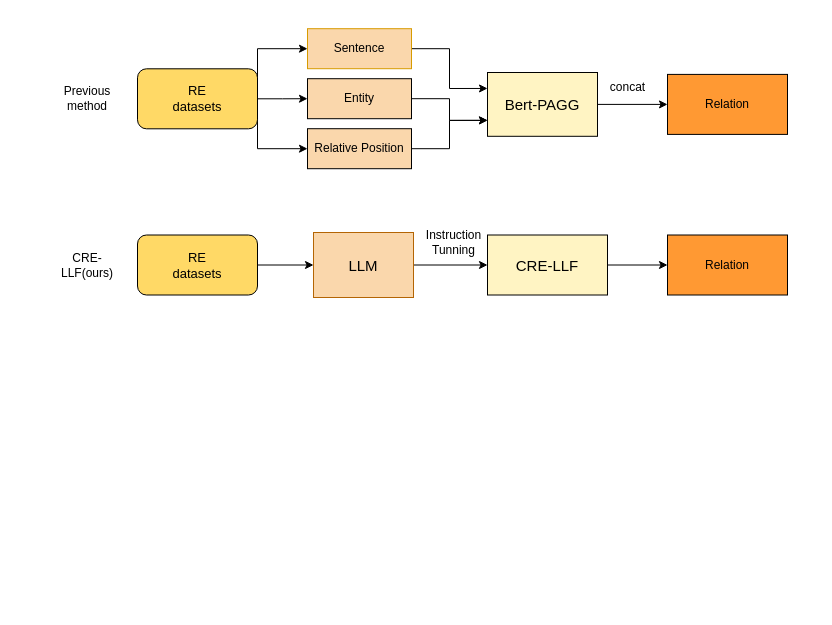
Above: Figure1.drawio in SkyuForever/CRE-LLM (draw.io), before the change. Source tidied: cells renumbered, new cells numbered last; positions are measured from the earlier drawing's top-left corner, leaving out a move shared by most shapes. Both pictures are drawn from the tidied source at 100%, with x=0, y=0 at pixel (27, 17).
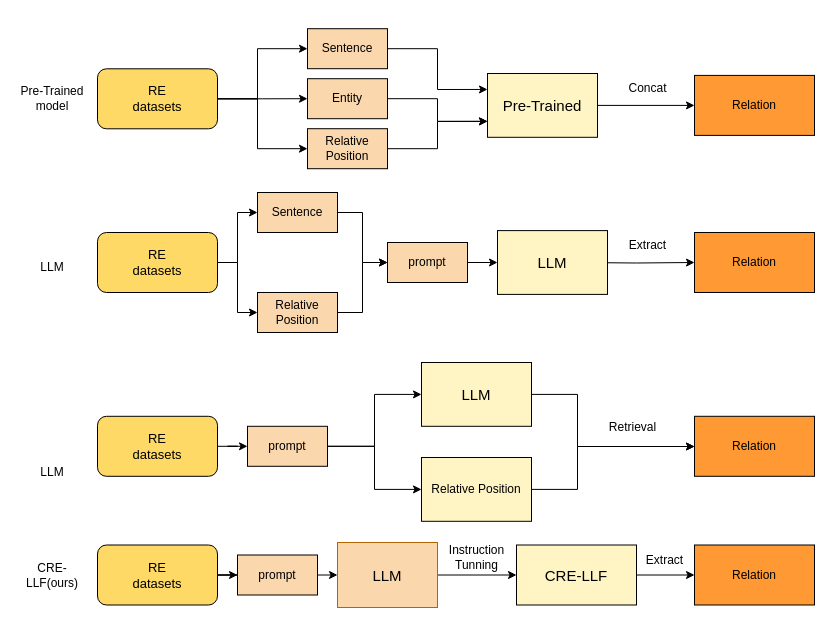
The same diagram, later.

What changed in the source:
```diff
@@
-    <mxCell id="2" style="edgeStyle=orthogonalEdgeStyle;rounded=0;jettySize=auto;html=1;entryX=0;entryY=0.5;entryDx=0;entryDy=0;" parent="1" edge="1" source="3" target="5">
-      <mxGeometry relative="1" as="geometry" />
-    </mxCell>
+    <mxCell id="27" style="edgeStyle=orthogonalEdgeStyle;rounded=0;jettySize=auto;html=1;exitX=1;exitY=0.5;exitDx=0;exitDy=0;" parent="1" edge="1" source="3" target="41">
+      <mxGeometry relative="1" as="geometry" />
+    </mxCell>
     <mxCell id="3" value="&lt;font style=&quot;font-size: 13px;&quot;&gt;RE&lt;br&gt;datasets&lt;/font&gt;" style="rounded=1;whiteSpace=wrap;html=1;fillColor=#FFD966;gradientColor=none;" parent="1" vertex="1">
-      <mxGeometry x="110" y="217.5" width="120" height="60" as="geometry" />
+      <mxGeometry x="70" y="527.5" width="120" height="60" as="geometry" />
     </mxCell>
-    <mxCell id="4" style="edgeStyle=orthogonalEdgeStyle;rounded=0;jettySize=auto;html=1;" parent="1" edge="1" source="5" target="9">
-      <mxGeometry relative="1" as="geometry" />
-    </mxCell>
-    <mxCell id="5" value="&lt;font style=&quot;font-size: 15px;&quot;&gt;LLM&lt;/font&gt;" style="rounded=0;whiteSpace=wrap;html=1;fillColor=#fad7ac;strokeColor=#b46504;" parent="1" vertex="1">
-      <mxGeometry x="286" y="215" width="100" height="65" as="geometry" />
-    </mxCell>
     <mxCell id="6" value="&lt;font style=&quot;font-size: 12px;&quot;&gt;Instruction &lt;br&gt;Tunning&lt;/font&gt;" style="text;html=1;align=center;verticalAlign=middle;strokeColor=none;fillColor=none;" parent="1" vertex="1">
-      <mxGeometry x="386" y="205" width="80" height="40" as="geometry" />
+      <mxGeometry x="409" y="520" width="80" height="40" as="geometry" />
     </mxCell>
-    <mxCell id="7" style="rounded=0;whiteSpace=wrap;html=1;opacity=0;" parent="1" vertex="1">
-      <mxGeometry width="770" height="295" as="geometry" />
-    </mxCell>
@@
     <mxCell id="9" value="&lt;font style=&quot;font-size: 15px;&quot;&gt;CRE-LLF&lt;/font&gt;" style="rounded=0;whiteSpace=wrap;html=1;fillColor=#FFF4C3;" parent="1" vertex="1">
-      <mxGeometry x="460" y="217.5" width="120" height="60" as="geometry" />
+      <mxGeometry x="489" y="527.5" width="120" height="60" as="geometry" />
     </mxCell>
     <mxCell id="10" value="CRE-LLF(ours)" style="text;html=1;strokeColor=none;fillColor=none;align=center;verticalAlign=middle;whiteSpace=wrap;rounded=0;" parent="1" vertex="1">
-      <mxGeometry x="30" y="232.5" width="60" height="30" as="geometry" />
+      <mxGeometry x="-10" y="542.5" width="70" height="30" as="geometry" />
     </mxCell>
-    <mxCell id="11" value="Previous method" style="text;html=1;strokeColor=none;fillColor=none;align=center;verticalAlign=middle;whiteSpace=wrap;rounded=0;" parent="1" vertex="1">
-      <mxGeometry x="30" y="66.2" width="60" height="30" as="geometry" />
+    <mxCell id="11" value="Pre-Trained model" style="text;html=1;strokeColor=none;fillColor=none;align=center;verticalAlign=middle;whiteSpace=wrap;rounded=0;" parent="1" vertex="1">
+      <mxGeometry x="-10" y="66.2" width="70" height="30" as="geometry" />
     </mxCell>
@@
     <mxCell id="15" value="&lt;font style=&quot;font-size: 13px;&quot;&gt;RE&lt;br&gt;datasets&lt;/font&gt;" style="rounded=1;whiteSpace=wrap;html=1;fillColor=#FFD966;gradientColor=none;" parent="1" vertex="1">
-      <mxGeometry x="110" y="51.3" width="120" height="60" as="geometry" />
+      <mxGeometry x="70" y="51.3" width="120" height="60" as="geometry" />
     </mxCell>
@@
-    <mxCell id="17" value="Sentence" style="rounded=0;whiteSpace=wrap;html=1;fillColor=#FAD7AC;strokeColor=#d79b00;" parent="1" vertex="1">
-      <mxGeometry x="280" y="11.2" width="104" height="40" as="geometry" />
+    <mxCell id="17" value="Sentence" style="rounded=0;whiteSpace=wrap;html=1;fillColor=#FAD7AC;strokeColor=#000000;" parent="1" vertex="1">
+      <mxGeometry x="280" y="11.2" width="80" height="40" as="geometry" />
     </mxCell>
@@
     <mxCell id="19" value="Entity" style="rounded=0;whiteSpace=wrap;html=1;fillColor=#FAD7AC;" parent="1" vertex="1">
-      <mxGeometry x="280" y="61.2" width="104" height="40" as="geometry" />
+      <mxGeometry x="280" y="61.2" width="80" height="40" as="geometry" />
     </mxCell>
@@
     <mxCell id="21" value="Relative Position" style="rounded=0;whiteSpace=wrap;html=1;fillColor=#FAD7AC;" parent="1" vertex="1">
-      <mxGeometry x="280" y="111.2" width="104" height="40" as="geometry" />
+      <mxGeometry x="280" y="111.2" width="80" height="40" as="geometry" />
     </mxCell>
@@
-    <mxCell id="23" value="&lt;font style=&quot;font-size: 15px;&quot;&gt;Bert-PAGG&lt;/font&gt;" style="rounded=0;whiteSpace=wrap;html=1;fillColor=#FFF4C3;" parent="1" vertex="1">
-      <mxGeometry x="460" y="55" width="110" height="63.8" as="geometry" />
+    <mxCell id="23" value="&lt;span style=&quot;font-size: 15px;&quot;&gt;Pre-Trained&lt;/span&gt;" style="rounded=0;whiteSpace=wrap;html=1;fillColor=#FFF4C3;" parent="1" vertex="1">
+      <mxGeometry x="460" y="56" width="110" height="63.8" as="geometry" />
     </mxCell>
     <mxCell id="24" value="Relation" style="whiteSpace=wrap;html=1;rounded=0;fillColor=#FF9933;" parent="1" vertex="1">
-      <mxGeometry x="640" y="56.9" width="120" height="60" as="geometry" />
+      <mxGeometry x="667" y="57.9" width="120" height="60" as="geometry" />
     </mxCell>
-    <mxCell id="25" value="concat" style="text;html=1;align=center;verticalAlign=middle;strokeColor=none;fillColor=none;" parent="1" vertex="1">
-      <mxGeometry x="570" y="55" width="60" height="30" as="geometry" />
+    <mxCell id="25" value="Concat" style="text;html=1;align=center;verticalAlign=middle;strokeColor=none;fillColor=none;" parent="1" vertex="1">
+      <mxGeometry x="590" y="56" width="60" height="30" as="geometry" />
     </mxCell>
     <mxCell id="26" value="Relation" style="whiteSpace=wrap;html=1;fillColor=#FF9933;rounded=0;" parent="1" vertex="1">
-      <mxGeometry x="640" y="217.5" width="120" height="60" as="geometry" />
+      <mxGeometry x="667" y="527.5" width="120" height="60" as="geometry" />
     </mxCell>
+    <mxCell id="28" style="edgeStyle=orthogonalEdgeStyle;rounded=0;jettySize=auto;html=1;exitX=1;exitY=0.5;exitDx=0;exitDy=0;entryX=0;entryY=0.5;entryDx=0;entryDy=0;" parent="1" edge="1" source="30" target="32">
+      <mxGeometry relative="1" as="geometry" />
+    </mxCell>
+    <mxCell id="29" style="edgeStyle=orthogonalEdgeStyle;rounded=0;jettySize=auto;html=1;exitX=1;exitY=0.5;exitDx=0;exitDy=0;entryX=0;entryY=0.5;entryDx=0;entryDy=0;" parent="1" edge="1" source="30" target="34">
+      <mxGeometry relative="1" as="geometry" />
+    </mxCell>
+    <mxCell id="30" value="&lt;font style=&quot;font-size: 13px;&quot;&gt;RE&lt;br&gt;datasets&lt;/font&gt;" style="rounded=1;whiteSpace=wrap;html=1;fillColor=#FFD966;gradientColor=none;" parent="1" vertex="1">
+      <mxGeometry x="70" y="215" width="120" height="60" as="geometry" />
+    </mxCell>
+    <mxCell id="31" style="edgeStyle=orthogonalEdgeStyle;rounded=0;jettySize=auto;html=1;exitX=1;exitY=0.5;exitDx=0;exitDy=0;entryX=0;entryY=0.5;entryDx=0;entryDy=0;" parent="1" edge="1" source="32" target="39">
+      <mxGeometry relative="1" as="geometry" />
+    </mxCell>
+    <mxCell id="32" value="Sentence" style="rounded=0;whiteSpace=wrap;html=1;fillColor=#FAD7AC;strokeColor=default;" parent="1" vertex="1">
+      <mxGeometry x="230" y="175" width="80" height="40" as="geometry" />
+    </mxCell>
+    <mxCell id="33" style="edgeStyle=orthogonalEdgeStyle;rounded=0;jettySize=auto;html=1;exitX=1;exitY=0.5;exitDx=0;exitDy=0;entryX=0;entryY=0.5;entryDx=0;entryDy=0;" parent="1" edge="1" source="34" target="39">
+      <mxGeometry relative="1" as="geometry" />
+    </mxCell>
+    <mxCell id="34" value="Relative Position" style="rounded=0;whiteSpace=wrap;html=1;fillColor=#FAD7AC;" parent="1" vertex="1">
+      <mxGeometry x="230" y="275" width="80" height="40" as="geometry" />
+    </mxCell>
+    <mxCell id="35" style="edgeStyle=orthogonalEdgeStyle;rounded=0;jettySize=auto;html=1;exitX=1;exitY=0.5;exitDx=0;exitDy=0;entryX=0;entryY=0.5;entryDx=0;entryDy=0;" parent="1" edge="1" target="36">
+      <mxGeometry relative="1" as="geometry">
+        <mxPoint x="550" y="245" as="sourcePoint" />
+      </mxGeometry>
+    </mxCell>
+    <mxCell id="36" value="Relation" style="whiteSpace=wrap;html=1;rounded=0;fillColor=#FF9933;" parent="1" vertex="1">
+      <mxGeometry x="667" y="215" width="120" height="60" as="geometry" />
+    </mxCell>
+    <mxCell id="37" value="&lt;font style=&quot;font-size: 15px;&quot;&gt;LLM&lt;/font&gt;" style="rounded=0;whiteSpace=wrap;html=1;fillColor=#FFF4C3;" parent="1" vertex="1">
+      <mxGeometry x="470" y="213.1" width="110" height="63.8" as="geometry" />
+    </mxCell>
+    <mxCell id="38" style="edgeStyle=orthogonalEdgeStyle;rounded=0;jettySize=auto;html=1;exitX=1;exitY=0.5;exitDx=0;exitDy=0;entryX=0;entryY=0.5;entryDx=0;entryDy=0;" parent="1" edge="1" source="39" target="37">
+      <mxGeometry relative="1" as="geometry" />
+    </mxCell>
+    <mxCell id="39" value="prompt" style="rounded=0;whiteSpace=wrap;html=1;fillColor=#FAD7AC;" parent="1" vertex="1">
+      <mxGeometry x="360" y="225" width="80" height="40" as="geometry" />
+    </mxCell>
+    <mxCell id="4" style="edgeStyle=orthogonalEdgeStyle;rounded=0;jettySize=auto;html=1;" parent="1" edge="1" source="5" target="9">
+      <mxGeometry relative="1" as="geometry" />
+    </mxCell>
+    <mxCell id="5" value="&lt;font style=&quot;font-size: 15px;&quot;&gt;LLM&lt;/font&gt;" style="rounded=0;whiteSpace=wrap;html=1;fillColor=#fad7ac;strokeColor=#b46504;" parent="1" vertex="1">
+      <mxGeometry x="310" y="525" width="100" height="65" as="geometry" />
+    </mxCell>
+    <mxCell id="40" style="edgeStyle=orthogonalEdgeStyle;rounded=0;jettySize=auto;html=1;exitX=1;exitY=0.5;exitDx=0;exitDy=0;entryX=0;entryY=0.5;entryDx=0;entryDy=0;" parent="1" edge="1" source="41" target="5">
+      <mxGeometry relative="1" as="geometry" />
+    </mxCell>
+    <mxCell id="41" value="prompt" style="rounded=0;whiteSpace=wrap;html=1;fillColor=#FAD7AC;" parent="1" vertex="1">
+      <mxGeometry x="210" y="537.5" width="80" height="40" as="geometry" />
+    </mxCell>
+    <mxCell id="42" value="LLM" style="text;html=1;strokeColor=none;fillColor=none;align=center;verticalAlign=middle;whiteSpace=wrap;rounded=0;" parent="1" vertex="1">
+      <mxGeometry x="-10" y="235" width="70" height="30" as="geometry" />
+    </mxCell>
+    <mxCell id="43" value="Extract" style="text;html=1;align=center;verticalAlign=middle;strokeColor=none;fillColor=none;" parent="1" vertex="1">
+      <mxGeometry x="590" y="213.1" width="60" height="30" as="geometry" />
+    </mxCell>
+    <mxCell id="44" style="edgeStyle=orthogonalEdgeStyle;rounded=0;jettySize=auto;html=1;" parent="1" edge="1" source="45" target="49">
+      <mxGeometry relative="1" as="geometry" />
+    </mxCell>
+    <mxCell id="45" value="&lt;font style=&quot;font-size: 13px;&quot;&gt;RE&lt;br&gt;datasets&lt;/font&gt;" style="rounded=1;whiteSpace=wrap;html=1;fillColor=#FFD966;gradientColor=none;" parent="1" vertex="1">
+      <mxGeometry x="70" y="398.8" width="120" height="60" as="geometry" />
+    </mxCell>
+    <mxCell id="46" value="Relation" style="whiteSpace=wrap;html=1;rounded=0;fillColor=#FF9933;" parent="1" vertex="1">
+      <mxGeometry x="667" y="398.8" width="120" height="60" as="geometry" />
+    </mxCell>
+    <mxCell id="47" style="edgeStyle=orthogonalEdgeStyle;rounded=0;jettySize=auto;html=1;exitX=1;exitY=0.5;exitDx=0;exitDy=0;entryX=0;entryY=0.5;entryDx=0;entryDy=0;" parent="1" edge="1" source="49" target="55">
+      <mxGeometry relative="1" as="geometry" />
+    </mxCell>
+    <mxCell id="48" style="edgeStyle=orthogonalEdgeStyle;rounded=0;jettySize=auto;html=1;exitX=1;exitY=0.5;exitDx=0;exitDy=0;entryX=0;entryY=0.5;entryDx=0;entryDy=0;" parent="1" edge="1" source="49" target="53">
+      <mxGeometry relative="1" as="geometry" />
+    </mxCell>
+    <mxCell id="49" value="prompt" style="rounded=0;whiteSpace=wrap;html=1;fillColor=#FAD7AC;" parent="1" vertex="1">
+      <mxGeometry x="220" y="408.8" width="80" height="40" as="geometry" />
+    </mxCell>
+    <mxCell id="50" value="LLM" style="text;html=1;strokeColor=none;fillColor=none;align=center;verticalAlign=middle;whiteSpace=wrap;rounded=0;" parent="1" vertex="1">
+      <mxGeometry x="-10" y="440" width="70" height="30" as="geometry" />
+    </mxCell>
+    <mxCell id="51" value="Retrieval" style="text;html=1;align=center;verticalAlign=middle;strokeColor=none;fillColor=none;" parent="1" vertex="1">
+      <mxGeometry x="570" y="395" width="70" height="30" as="geometry" />
+    </mxCell>
+    <mxCell id="52" style="edgeStyle=orthogonalEdgeStyle;rounded=0;jettySize=auto;html=1;exitX=1;exitY=0.5;exitDx=0;exitDy=0;" parent="1" edge="1" source="53" target="46">
+      <mxGeometry relative="1" as="geometry">
+        <Array as="points">
+          <mxPoint x="550" y="377" />
+          <mxPoint x="550" y="429" />
+        </Array>
+      </mxGeometry>
+    </mxCell>
+    <mxCell id="53" value="&lt;font style=&quot;font-size: 15px;&quot;&gt;LLM&lt;/font&gt;" style="rounded=0;whiteSpace=wrap;html=1;fillColor=#FFF4C3;" parent="1" vertex="1">
+      <mxGeometry x="394" y="345" width="110" height="63.8" as="geometry" />
+    </mxCell>
+    <mxCell id="54" style="edgeStyle=orthogonalEdgeStyle;rounded=0;jettySize=auto;html=1;exitX=1;exitY=0.5;exitDx=0;exitDy=0;" parent="1" edge="1" source="55" target="46">
+      <mxGeometry relative="1" as="geometry">
+        <Array as="points">
+          <mxPoint x="550" y="472" />
+          <mxPoint x="550" y="429" />
+        </Array>
+      </mxGeometry>
+    </mxCell>
+    <mxCell id="55" value="Relative Position" style="rounded=0;whiteSpace=wrap;html=1;fillColor=#FFF4C3;" parent="1" vertex="1">
+      <mxGeometry x="394" y="440" width="110" height="63.8" as="geometry" />
+    </mxCell>
+    <mxCell id="56" value="Extract" style="text;html=1;align=center;verticalAlign=middle;strokeColor=none;fillColor=none;" parent="1" vertex="1">
+      <mxGeometry x="607" y="527.5" width="60" height="30" as="geometry" />
+    </mxCell>
```
